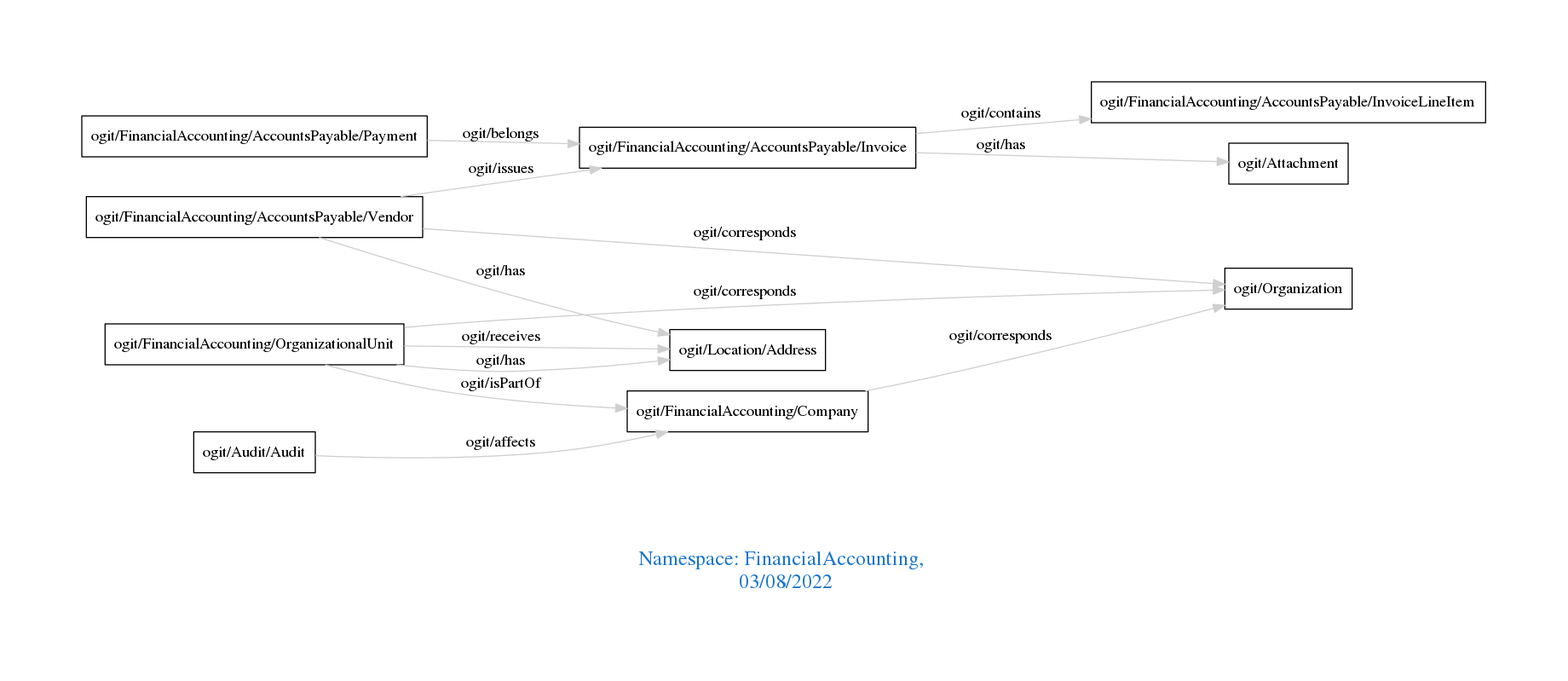
arago/OGIT keeps this Graphviz diagram as downloads/FinancialAccounting.png. Above is the earlier version. Its source is kept beside it as downloads/FinancialAccounting.dot.
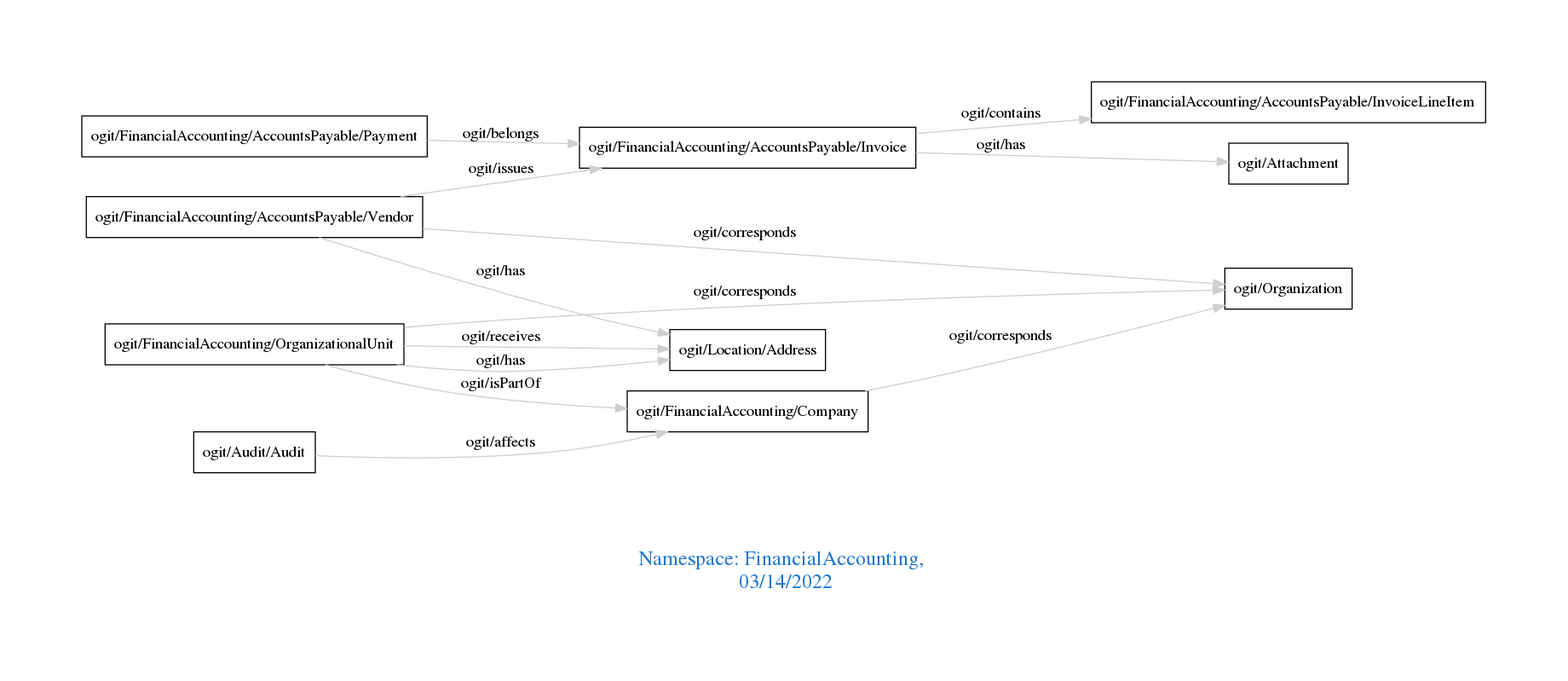
After the change.

What changed in the source:
```diff
@@ -1,7 +1,7 @@
 digraph OGIT_ontology {
  graph [ rankdir= LR,pad=1
 fontsize = 18,
-fontcolor= dodgerblue3,label = "\n\n\nNamespace: FinancialAccounting, \n 03/08/2022"];
+fontcolor= dodgerblue3,label = "\n\n\nNamespace: FinancialAccounting, \n 03/14/2022"];
 node[shape=polygon];
 edge [  color="gray81"];
 
```
